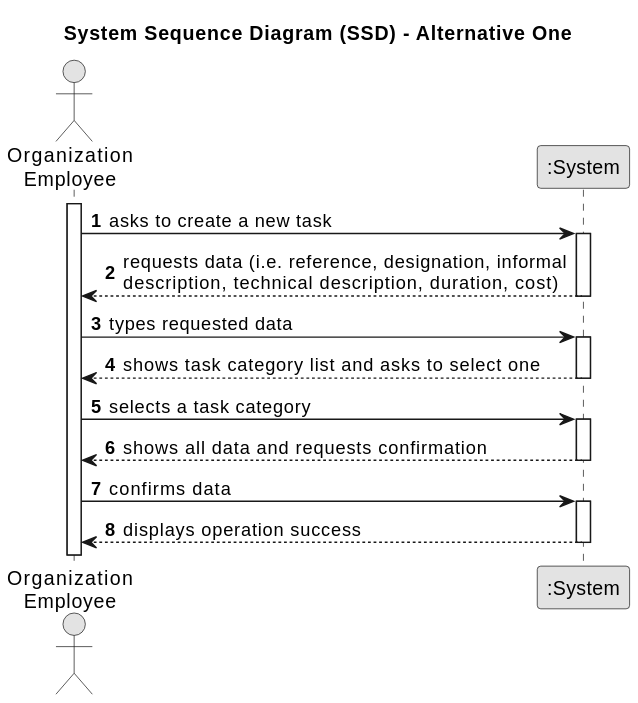
Above: docs/sprintA/us002/01.requirements-engineering/svg/us006-system-sequence-diagram-alternative-one.svg in daniel41silva05/ISEP_2023_2024_LAPR2 (PlantUML), before the change.
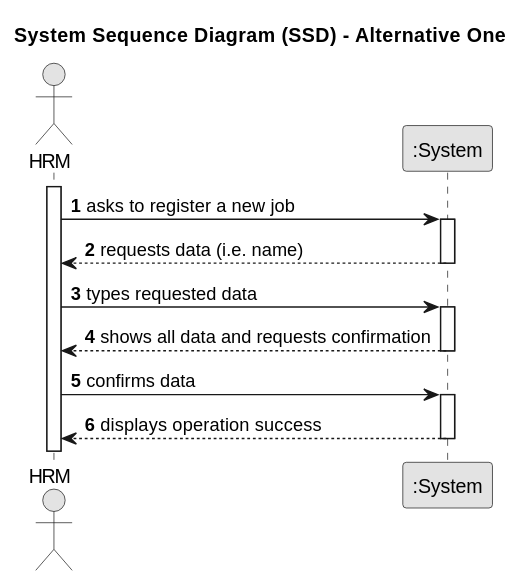
Above is the later version.

What changed in the source:
```diff
@@ -7,25 +7,20 @@
 
 autonumber
 
-actor "Organization\nEmployee" as Employee
+actor "HRM" as Employee
 participant ":System" as System
 
 activate Employee
 
-    Employee -> System : asks to create a new task
+    Employee -> System : asks to register a new job
     activate System
 
-        System --> Employee : requests data (i.e. reference, designation, informal\ndescription, technical description, duration, cost)
+        System --> Employee : requests data (i.e. name)
     deactivate System
 
     Employee -> System : types requested data
     activate System
 
-        System --> Employee : shows task category list and asks to select one
-    deactivate System
-
-    Employee -> System : selects a task category
-    activate System
 
         System --> Employee : shows all data and requests confirmation
     deactivate System
```
